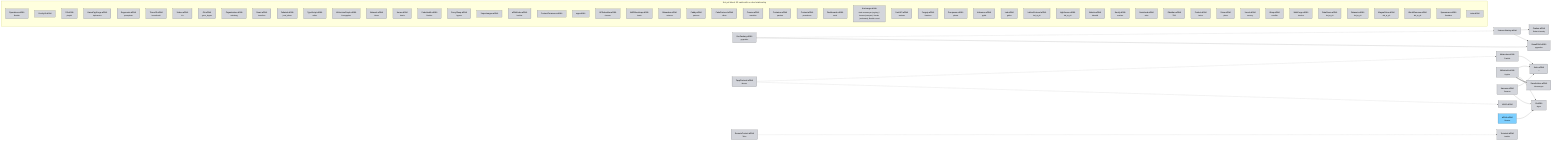
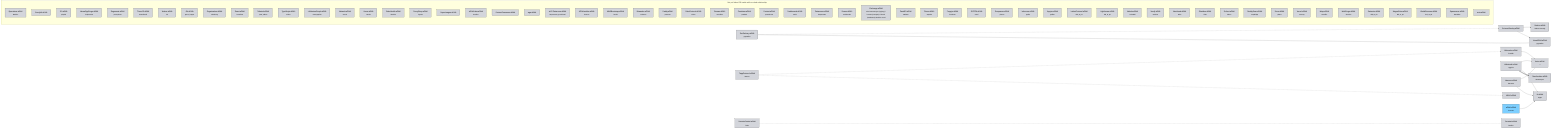
flowchart LR
  Astro_aDNA["Astro.aDNA<br><sub>—</sub>"]:::classforge
  Molecules_aDNA["Molecules.aDNA<br><sub>Franklin</sub>"]:::classforge
  Oration_aDNA["Oration.aDNA<br><sub>Robert Kennedy</sub>"]:::classforge
  III_aDNA["III.aDNA<br><sub>Argus</sub>"]:::classframework
  visualdna["VisualDNA.aDNA<br><sub>pygmalion</sub>"]:::classframework
  VAAS_aDNA["VAAS.aDNA"]:::classframeworkcandidate
  RareArchive_aDNA["RareArchive.aDNA<br><sub>Mnemosyne</sub>"]:::classorgvault
  sciencestanley["ScienceStanley.aDNA"]:::classorgvault
  WilhelmAI_aDNA["WilhelmAI.aDNA<br><sub>Hygieia</sub>"]:::classorgvault
  zenzachary["ZenZachary.aDNA<br><sub>pygmalion</sub>"]:::classorgvault
  Harness_aDNA["Harness.aDNA<br><sub>Panacea</sub>"]:::classplatform
  RemoteControl_aDNA["RemoteControl.aDNA<br><sub>Talos</sub>"]:::classplatform
  TappProtocol_aDNA["TappProtocol.aDNA<br><sub>Mentor</sub>"]:::classplatform
  terminal["Terminal.aDNA<br><sub>berthier</sub>"]:::classplatform
  aDNA_aDNA["aDNA.aDNA<br><sub>Rosetta</sub>"]:::classstandarddev

-   subgraph orphans["Not yet linked: 53 vaults with no cited relationship"]
+   subgraph orphans["Not yet linked: 58 vaults with no cited relationship"]
    direction TB
    Operations_aDNA["Operations.aDNA<br><sub>Berthier</sub>"]:::classcoordination
    ComfyUI_aDNA["ComfyUI.aDNA"]:::classforge
    d3["D3.aDNA<br><sub>playfair</sub>"]:::classforge
    llamacppforge["LlamaCppForge.aDNA<br><sub>hephaestus</sub>"]:::classforge
    regenesis["Regenesis.aDNA<br><sub>persephone</sub>"]:::classforge
    threejs["ThreeJS.aDNA<br><sub>brunelleschi</sub>"]:::classforge
    Videos_aDNA["Videos.aDNA<br><sub>Iris</sub>"]:::classforge
    git["Git.aDNA<br><sub>grace_hopper</sub>"]:::classframework
    organization["Organization.aDNA<br><sub>mintzberg</sub>"]:::classframework
    react["React.aDNA<br><sub>heraclitus</sub>"]:::classframework
    tailwind["Tailwind.aDNA<br><sub>josef_albers</sub>"]:::classframework
    typescript["TypeScript.aDNA<br><sub>milner</sub>"]:::classframework
    LAVentureGraph_aDNA["LAVentureGraph.aDNA<br><sub>Cartographer</sub>"]:::classknowledgegraph
    Network_aDNA["Network.aDNA<br><sub>Venus</sub>"]:::classnetwork
    Home_aDNA["Home.aDNA<br><sub>Hestia</sub>"]:::classnodeoperational
    CakeHealth_aDNA["CakeHealth.aDNA<br><sub>Berthier</sub>"]:::classorggraph
    percysleep["PercySleep.aDNA<br><sub>hypnos</sub>"]:::classorggraph
    SuperLeague_aDNA["SuperLeague.aDNA"]:::classorggraph
    adnalabs["aDNALabs.aDNA<br><sub>berthier</sub>"]:::classorgvault
    ContextCommons_aDNA["ContextCommons.aDNA"]:::classorgvault
    wga_aDNA["wga.aDNA"]:::classorgvault
+     ailp_dataroom["aiLP-Dataroom.aDNA<br><sub>harpocrates_provisional</sub>"]:::classplatform
    apscheduler["APScheduler.aDNA<br><sub>chronos</sub>"]:::classplatform
    awsbootstrap["AWSBootstrap.aDNA<br><sub>hestia</sub>"]:::classplatform
    bitwarden["Bitwarden.aDNA<br><sub>cerberus</sub>"]:::classplatform
    caddy["Caddy.aDNA<br><sub>portunus</sub>"]:::classplatform
    cakeprotocol["CakeProtocol.aDNA<br><sub>chiron</sub>"]:::classplatform
    canvas["Canvas.aDNA<br><sub>mondrian</sub>"]:::classplatform
    container["Container.aDNA<br><sub>pandora</sub>"]:::classplatform
    context["Context.aDNA<br><sub>prometheus</sub>"]:::classplatform
    dashboards["Dashboards.aDNA<br><sub>metis</sub>"]:::classplatform
+     datarooms["Datarooms.aDNA<br><sub>harpocrates</sub>"]:::classplatform
+     emacs["Emacs.aDNA<br><sub>archimedes</sub>"]:::classplatform
    exchange["Exchange.aDNA<br><sub>triad: mnemosyne (registry) / hermes (transport) / themis (settlement); Berthier coord</sub>"]:::classplatform
    fastapi["FastAPI.aDNA<br><sub>atalanta</sub>"]:::classplatform
+     fluxer["Fluxer.aDNA<br><sub>aspasia</sub>"]:::classplatform
    forgejo["Forgejo.aDNA<br><sub>ilmarinen</sub>"]:::classplatform
+     gotfn["GOTFN.aDNA<br><sub>snorri</sub>"]:::classplatform
    groupware["Groupware.aDNA<br><sub>pheme</sub>"]:::classplatform
    inference["Inference.aDNA<br><sub>pythia</sub>"]:::classplatform
-     lab["Lab.aDNA<br><sub>galileo</sub>"]:::classplatform
+     jupyter["Jupyter.aDNA<br><sub>galileo</sub>"]:::classplatform
    latticeprotocol["LatticeProtocol.aDNA<br><sub>tbd_at_p0</sub>"]:::classplatform
    lighthouse["Lighthouse.aDNA<br><sub>tbd_at_p0</sub>"]:::classplatform
    nebula["Nebula.aDNA<br><sub>heimdall</sub>"]:::classplatform
    neo4j["Neo4j.aDNA<br><sub>arachne</sub>"]:::classplatform
    nextcloud["Nextcloud.aDNA<br><sub>atlas</sub>"]:::classplatform
    Obsidian_aDNA["Obsidian.aDNA<br><sub>TBD</sub>"]:::classplatform
    prefect["Prefect.aDNA<br><sub>kairos</sub>"]:::classplatform
+     realityscan["RealityScan.aDNA<br><sub>muybridge</sub>"]:::classplatform
    store["Store.aDNA<br><sub>plutus</sub>"]:::classplatform
    vercel["Vercel.aDNA<br><sub>mercury</sub>"]:::classplatform
    warp["Warp.aDNA<br><sub>escoffier</sub>"]:::classplatform
    webforge["WebForge.aDNA<br><sub>vitruvius</sub>"]:::classplatform
-     dataroom["DataRoom.aDNA<br><sub>tbd_at_p0</sub>"]:::classtbdatp0
    datasets["Datasets.aDNA<br><sub>tbd_at_p0</sub>"]:::classtbdatp0
    magnapetra["MagnaPetra.aDNA<br><sub>tbd_at_p0</sub>"]:::classtbdatp0
    worldgenome["WorldGenome.aDNA<br><sub>tbd_at_p0</sub>"]:::classtbdatp0
    Spacemacs_aDNA["Spacemacs.aDNA<br><sub>Daedalus</sub>"]:::classtooling
    zeta_aDNA["zeta.aDNA"]:::classworkspace
  end

  Molecules_aDNA --> Astro_aDNA
  sciencestanley --> Oration_aDNA
  sciencestanley --> visualdna
  WilhelmAI_aDNA --> Astro_aDNA
  WilhelmAI_aDNA --> III_aDNA
  WilhelmAI_aDNA ==> RareArchive_aDNA
  zenzachary -.-> sciencestanley
  zenzachary --> visualdna
  Harness_aDNA --> Astro_aDNA
  Harness_aDNA --> III_aDNA
  RemoteControl_aDNA -.-> terminal
  TappProtocol_aDNA -.-> Molecules_aDNA
  TappProtocol_aDNA -.-> VAAS_aDNA
  aDNA_aDNA --> III_aDNA

  classDef classforge fill:#d3d5db,stroke:#333,color:#000
  classDef classframework fill:#d3d5db,stroke:#333,color:#000
  classDef classframeworkcandidate fill:#d3d5db,stroke:#333,color:#000
  classDef classplatform fill:#d3d5db,stroke:#333,color:#000
  classDef classorgvault fill:#d3d5db,stroke:#333,color:#000
  classDef classstandarddev fill:#7dcfff,stroke:#333,color:#000
  classDef classorggraph fill:#d3d5db,stroke:#333,color:#000
  classDef classnetwork fill:#d3d5db,stroke:#333,color:#000
  classDef classnodeoperational fill:#d3d5db,stroke:#333,color:#000
  classDef classcoordination fill:#d3d5db,stroke:#333,color:#000
  classDef classdocument fill:#d3d5db,stroke:#333,color:#000
  classDef classknowledgegraph fill:#d3d5db,stroke:#333,color:#000
  classDef classtooling fill:#d3d5db,stroke:#333,color:#000
  classDef classworkspace fill:#d3d5db,stroke:#333,color:#000
  classDef classsuperseded fill:#9ea3ad,stroke:#333,color:#000
  classDef classtbdatp0 fill:#d3d5db,stroke:#333,color:#000
